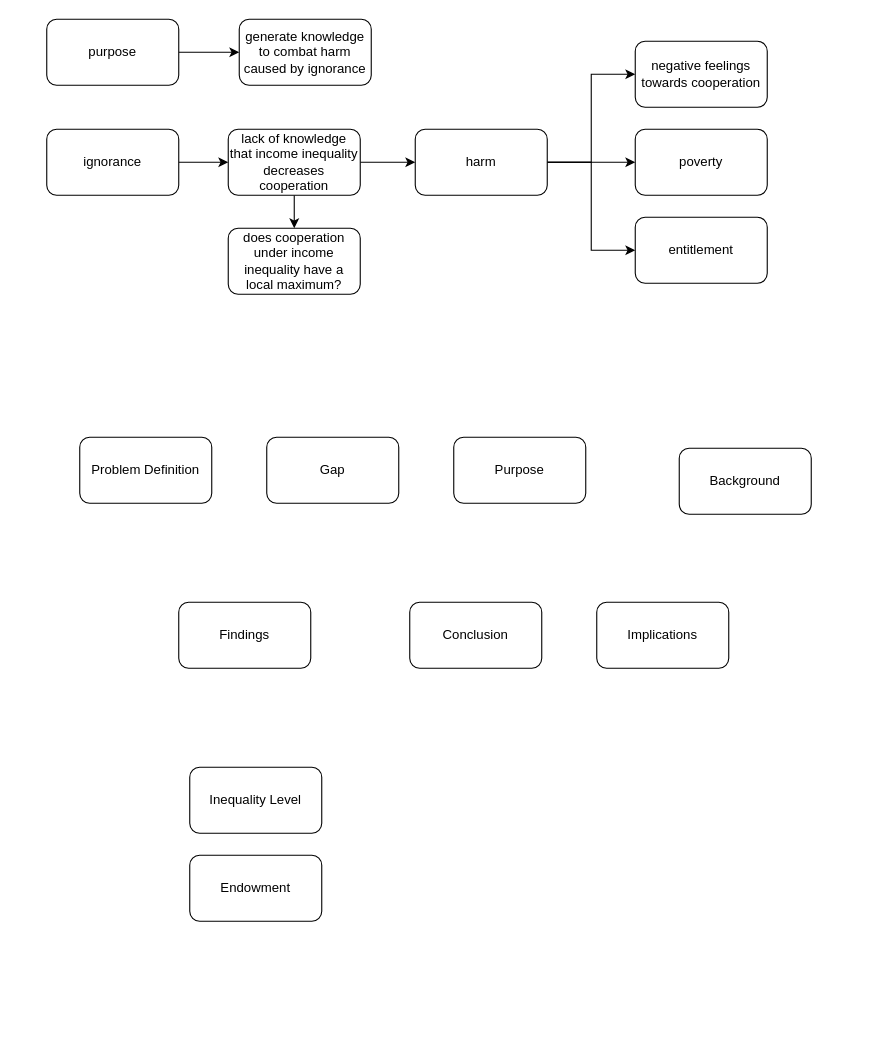
This is page "Page-1" (2 of 3) of _writing/00-pgg_paper.drawio from justin-boldsen/msc2024-scientific_writing, a draw.io file, before an edit. Source tidied: cells renumbered, new cells numbered last; positions are measured from the earlier drawing's top-left corner, leaving out a move shared by most shapes. Both pictures are drawn from the tidied source at 110%, with x=0, y=0 at pixel (46, 19).
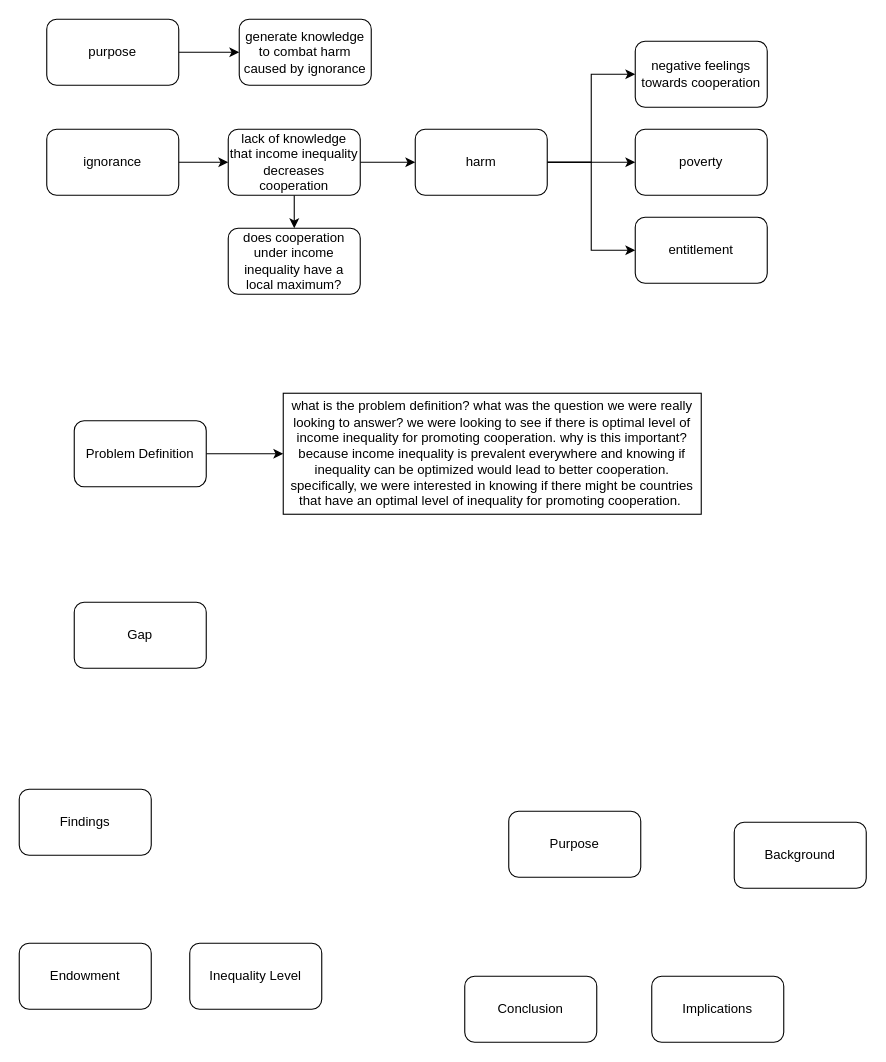
After the change.

What changed in the source:
```diff
@@
     <mxCell id="2" value="Gap" style="rounded=1;whiteSpace=wrap;html=1;" parent="1" vertex="1">
-      <mxGeometry x="200" y="380" width="120" height="60" as="geometry" />
+      <mxGeometry x="25" y="530" width="120" height="60" as="geometry" />
     </mxCell>
+    <mxCell id="27" style="edgeStyle=orthogonalEdgeStyle;rounded=0;jettySize=auto;html=1;exitX=1;exitY=0.5;exitDx=0;exitDy=0;entryX=0;entryY=0.5;entryDx=0;entryDy=0;" parent="1" edge="1" source="3" target="28">
+      <mxGeometry relative="1" as="geometry" />
+    </mxCell>
     <mxCell id="3" value="Problem Definition" style="rounded=1;whiteSpace=wrap;html=1;" parent="1" vertex="1">
-      <mxGeometry x="30" y="380" width="120" height="60" as="geometry" />
+      <mxGeometry x="25" y="365" width="120" height="60" as="geometry" />
     </mxCell>
     <mxCell id="4" value="Purpose" style="rounded=1;whiteSpace=wrap;html=1;" parent="1" vertex="1">
-      <mxGeometry x="370" y="380" width="120" height="60" as="geometry" />
+      <mxGeometry x="420" y="720" width="120" height="60" as="geometry" />
     </mxCell>
     <mxCell id="5" value="Findings" style="rounded=1;whiteSpace=wrap;html=1;" parent="1" vertex="1">
-      <mxGeometry x="120" y="530" width="120" height="60" as="geometry" />
+      <mxGeometry x="-25" y="700" width="120" height="60" as="geometry" />
     </mxCell>
     <mxCell id="6" value="Conclusion" style="rounded=1;whiteSpace=wrap;html=1;" parent="1" vertex="1">
-      <mxGeometry x="330" y="530" width="120" height="60" as="geometry" />
+      <mxGeometry x="380" y="870" width="120" height="60" as="geometry" />
     </mxCell>
     <mxCell id="7" value="Implications" style="rounded=1;whiteSpace=wrap;html=1;" parent="1" vertex="1">
-      <mxGeometry x="500" y="530" width="120" height="60" as="geometry" />
+      <mxGeometry x="550" y="870" width="120" height="60" as="geometry" />
     </mxCell>
     <mxCell id="8" value="Background" style="rounded=1;whiteSpace=wrap;html=1;" parent="1" vertex="1">
-      <mxGeometry x="575" y="390" width="120" height="60" as="geometry" />
+      <mxGeometry x="625" y="730" width="120" height="60" as="geometry" />
     </mxCell>
     <mxCell id="9" value="Inequality Level" style="rounded=1;whiteSpace=wrap;html=1;" parent="1" vertex="1">
-      <mxGeometry x="130" y="680" width="120" height="60" as="geometry" />
+      <mxGeometry x="130" y="840" width="120" height="60" as="geometry" />
     </mxCell>
     <mxCell id="10" value="Endowment" style="rounded=1;whiteSpace=wrap;html=1;" parent="1" vertex="1">
-      <mxGeometry x="130" y="760" width="120" height="60" as="geometry" />
+      <mxGeometry x="-25" y="840" width="120" height="60" as="geometry" />
     </mxCell>
@@
+    <mxCell id="28" value="&lt;div style=&quot;&quot;&gt;&lt;span style=&quot;background-color: initial;&quot;&gt;what is the problem definition? what was the question we were really looking to answer? we were looking to see if there is optimal level of income inequality for promoting cooperation. why is this important? because income inequality is prevalent everywhere and knowing if inequality can be optimized would lead to better cooperation. specifically, we were interested in knowing if there might be countries that have an optimal level of inequality for promoting cooperation.&amp;nbsp;&lt;/span&gt;&lt;/div&gt;" style="rounded=0;whiteSpace=wrap;html=1;align=center;" parent="1" vertex="1">
+      <mxGeometry x="215" y="340" width="380" height="110" as="geometry" />
+    </mxCell>
```
